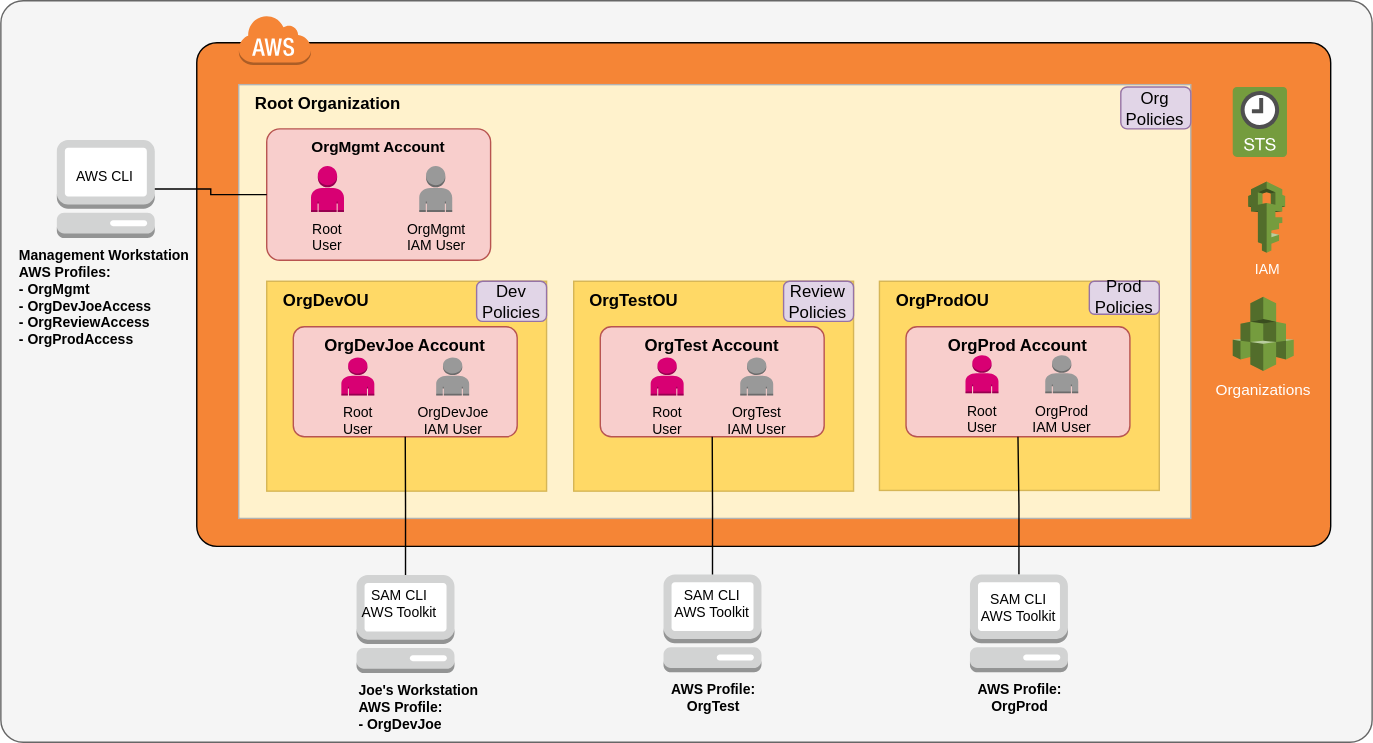
The draw.io diagram docs/assets/img/AwsProdSetup.svg in InSciCo/InSciCo, before a commit. Source tidied: cells renumbered, new cells last; positions are measured from the earlier drawing's top-left corner, leaving out a move shared by most shapes.
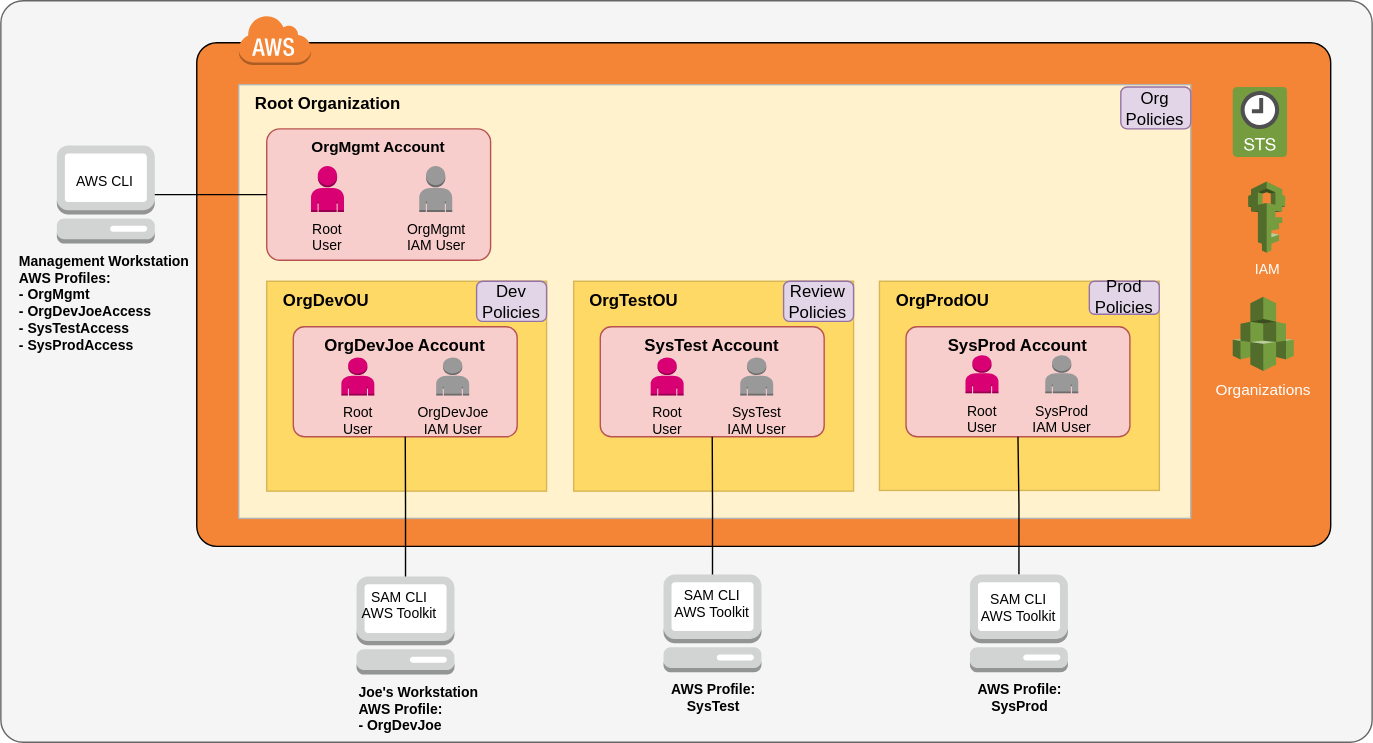
After the change.

Change to the diagram source:
```diff
@@ -77,25 +77,25 @@
     <mxCell id="26" style="group;" parent="19" vertex="1">
       <mxGeometry x="-199.5" y="32.5" width="160" height="78.7" as="geometry" />
     </mxCell>
-    <mxCell id="27" value="OrgTest Account" style="rounded=1;arcSize=10;dashed=0;fillColor=#f8cecc;strokeWidth=1;fontSize=12;strokeColor=#b85450;verticalAlign=top;fontStyle=1;" parent="26" vertex="1">
+    <mxCell id="27" value="SysTest Account" style="rounded=1;arcSize=10;dashed=0;fillColor=#f8cecc;strokeWidth=1;fontSize=12;strokeColor=#b85450;verticalAlign=top;fontStyle=1;" parent="26" vertex="1">
       <mxGeometry width="160" height="78.7" as="geometry" />
     </mxCell>
     <mxCell id="28" value="Root&lt;br&gt;User" style="dashed=0;verticalLabelPosition=bottom;verticalAlign=top;align=center;html=1;shape=mxgraph.aws3.user;labelBackgroundColor=none;strokeWidth=1;fontSize=10;fillColor=#d80073;strokeColor=#A50040;" parent="26" vertex="1">
       <mxGeometry x="36" y="22" width="23.6" height="27.1" as="geometry" />
     </mxCell>
-    <mxCell id="29" value="OrgTest&lt;br&gt;IAM User" style="dashed=0;verticalLabelPosition=bottom;verticalAlign=top;align=center;html=1;shape=mxgraph.aws3.user;gradientColor=none;labelBackgroundColor=none;strokeWidth=1;fontSize=10;fontColor=#000000;fillColor=#999999;" parent="26" vertex="1">
+    <mxCell id="29" value="SysTest&lt;br&gt;IAM User" style="dashed=0;verticalLabelPosition=bottom;verticalAlign=top;align=center;html=1;shape=mxgraph.aws3.user;gradientColor=none;labelBackgroundColor=none;strokeWidth=1;fontSize=10;fontColor=#000000;fillColor=#999999;" parent="26" vertex="1">
       <mxGeometry x="100" y="22" width="23.6" height="27.1" as="geometry" />
     </mxCell>
     <mxCell id="30" style="group;" parent="19" vertex="1">
       <mxGeometry x="19" y="32.5" width="160" height="78.7" as="geometry" />
     </mxCell>
-    <mxCell id="31" value="OrgProd Account" style="rounded=1;arcSize=10;dashed=0;fillColor=#f8cecc;strokeWidth=1;fontSize=12;strokeColor=#b85450;verticalAlign=top;fontStyle=1;" parent="30" vertex="1">
+    <mxCell id="31" value="SysProd Account" style="rounded=1;arcSize=10;dashed=0;fillColor=#f8cecc;strokeWidth=1;fontSize=12;strokeColor=#b85450;verticalAlign=top;fontStyle=1;" parent="30" vertex="1">
       <mxGeometry width="160" height="78.7" as="geometry" />
     </mxCell>
     <mxCell id="32" value="Root&lt;br&gt;User" style="dashed=0;verticalLabelPosition=bottom;verticalAlign=top;align=center;html=1;shape=mxgraph.aws3.user;labelBackgroundColor=none;strokeWidth=1;fontSize=10;fillColor=#d80073;strokeColor=#A50040;" parent="30" vertex="1">
       <mxGeometry x="42.5" y="20.4" width="23.6" height="27.1" as="geometry" />
     </mxCell>
-    <mxCell id="33" value="OrgProd&lt;br&gt;IAM User" style="dashed=0;verticalLabelPosition=bottom;verticalAlign=top;align=center;html=1;shape=mxgraph.aws3.user;gradientColor=none;labelBackgroundColor=none;strokeWidth=1;fontSize=10;fontColor=#000000;fillColor=#999999;" parent="30" vertex="1">
+    <mxCell id="33" value="SysProd&lt;br&gt;IAM User" style="dashed=0;verticalLabelPosition=bottom;verticalAlign=top;align=center;html=1;shape=mxgraph.aws3.user;gradientColor=none;labelBackgroundColor=none;strokeWidth=1;fontSize=10;fontColor=#000000;fillColor=#999999;" parent="30" vertex="1">
       <mxGeometry x="99.5" y="20.4" width="23.6" height="27.1" as="geometry" />
     </mxCell>
     <mxCell id="34" style="edgeStyle=orthogonalEdgeStyle;rounded=0;jettySize=auto;html=1;exitX=0.5;exitY=0;exitDx=0;exitDy=0;exitPerimeter=0;fontSize=10;fontColor=#000000;entryX=0.5;entryY=1;entryDx=0;entryDy=0;endArrow=none;endFill=0;" parent="1" edge="1" source="39" target="31">
@@ -104,7 +104,7 @@
     <mxCell id="35" style="group;" parent="1" vertex="1">
       <mxGeometry x="473.6" y="410" width="70" height="70" as="geometry" />
     </mxCell>
-    <mxCell id="36" value="&lt;b&gt;AWS Profile:&lt;br&gt;OrgTest&lt;br&gt;&lt;/b&gt;" style="outlineConnect=0;dashed=0;verticalLabelPosition=bottom;verticalAlign=top;align=center;html=1;shape=mxgraph.aws3.management_console;fillColor=#D2D3D3;gradientColor=none;strokeWidth=1;fontSize=10;fontColor=#000000;" parent="35" vertex="1">
+    <mxCell id="36" value="&lt;b&gt;AWS Profile:&lt;br&gt;SysTest&lt;br&gt;&lt;/b&gt;" style="outlineConnect=0;dashed=0;verticalLabelPosition=bottom;verticalAlign=top;align=center;html=1;shape=mxgraph.aws3.management_console;fillColor=#D2D3D3;gradientColor=none;strokeWidth=1;fontSize=10;fontColor=#000000;" parent="35" vertex="1">
       <mxGeometry width="70" height="70" as="geometry" />
     </mxCell>
     <mxCell id="37" value="SAM CLI&lt;br&gt;AWS Toolkit" style="text;html=1;strokeColor=none;fillColor=none;align=center;verticalAlign=middle;whiteSpace=wrap;rounded=0;fontSize=10;fontColor=#000000;" parent="35" vertex="1">
@@ -113,16 +113,16 @@
     <mxCell id="38" style="group;" parent="1" vertex="1">
       <mxGeometry x="689.6" y="410" width="73" height="70" as="geometry" />
     </mxCell>
-    <mxCell id="39" value="&lt;b&gt;AWS Profile:&lt;br&gt;OrgProd&lt;br&gt;&lt;/b&gt;" style="outlineConnect=0;dashed=0;verticalLabelPosition=bottom;verticalAlign=top;align=center;html=1;shape=mxgraph.aws3.management_console;fillColor=#D2D3D3;gradientColor=none;strokeWidth=1;fontSize=10;fontColor=#000000;" parent="38" vertex="1">
+    <mxCell id="39" value="&lt;b&gt;AWS Profile:&lt;br&gt;SysProd&lt;br&gt;&lt;/b&gt;" style="outlineConnect=0;dashed=0;verticalLabelPosition=bottom;verticalAlign=top;align=center;html=1;shape=mxgraph.aws3.management_console;fillColor=#D2D3D3;gradientColor=none;strokeWidth=1;fontSize=10;fontColor=#000000;" parent="38" vertex="1">
       <mxGeometry x="3" width="70" height="70" as="geometry" />
     </mxCell>
     <mxCell id="40" value="SAM CLI&lt;br&gt;AWS Toolkit" style="text;html=1;strokeColor=none;fillColor=none;align=center;verticalAlign=middle;whiteSpace=wrap;rounded=0;fontSize=10;fontColor=#000000;" parent="38" vertex="1">
       <mxGeometry x="7.5" y="13.5" width="60.9" height="20" as="geometry" />
     </mxCell>
     <mxCell id="41" style="group;" parent="1" vertex="1">
-      <mxGeometry x="40" y="99.6" width="70" height="70" as="geometry" />
+      <mxGeometry x="40" y="103.6" width="70" height="70" as="geometry" />
     </mxCell>
-    <mxCell id="42" value="&lt;div style=&quot;text-align: left&quot;&gt;&lt;b&gt;Management Workstation&amp;nbsp;&lt;/b&gt;&lt;/div&gt;&lt;div style=&quot;text-align: left&quot;&gt;&lt;b&gt;AWS Profiles:&lt;/b&gt;&lt;/div&gt;&lt;b&gt;&lt;div style=&quot;text-align: left&quot;&gt;&lt;b&gt;- OrgMgmt&lt;/b&gt;&lt;/div&gt;&lt;/b&gt;&lt;div style=&quot;text-align: left&quot;&gt;&lt;b&gt;- OrgDevJoeAccess&lt;/b&gt;&lt;/div&gt;&lt;div style=&quot;text-align: left&quot;&gt;&lt;b&gt;- OrgReviewAccess&lt;/b&gt;&lt;/div&gt;&lt;div style=&quot;text-align: left&quot;&gt;&lt;b&gt;- OrgProdAccess&lt;/b&gt;&lt;/div&gt;" style="outlineConnect=0;dashed=0;verticalLabelPosition=bottom;verticalAlign=top;align=center;html=1;shape=mxgraph.aws3.management_console;fillColor=#D2D3D3;gradientColor=none;strokeWidth=1;fontSize=10;fontColor=#000000;" parent="41" vertex="1">
+    <mxCell id="42" value="&lt;div style=&quot;text-align: left&quot;&gt;&lt;b&gt;Management Workstation&amp;nbsp;&lt;/b&gt;&lt;/div&gt;&lt;div style=&quot;text-align: left&quot;&gt;&lt;b&gt;AWS Profiles:&lt;/b&gt;&lt;/div&gt;&lt;b&gt;&lt;div style=&quot;text-align: left&quot;&gt;&lt;b&gt;- OrgMgmt&lt;/b&gt;&lt;/div&gt;&lt;/b&gt;&lt;div style=&quot;text-align: left&quot;&gt;&lt;b&gt;- OrgDevJoeAccess&lt;/b&gt;&lt;/div&gt;&lt;div style=&quot;text-align: left&quot;&gt;&lt;b&gt;- SysTestAccess&lt;/b&gt;&lt;/div&gt;&lt;div style=&quot;text-align: left&quot;&gt;&lt;b&gt;- SysProdAccess&lt;/b&gt;&lt;/div&gt;" style="outlineConnect=0;dashed=0;verticalLabelPosition=bottom;verticalAlign=top;align=center;html=1;shape=mxgraph.aws3.management_console;fillColor=#D2D3D3;gradientColor=none;strokeWidth=1;fontSize=10;fontColor=#000000;" parent="41" vertex="1">
       <mxGeometry width="70" height="70" as="geometry" />
     </mxCell>
     <mxCell id="43" value="AWS CLI" style="text;html=1;strokeColor=none;fillColor=none;align=center;verticalAlign=middle;whiteSpace=wrap;rounded=0;fontSize=10;fontColor=#000000;" parent="41" vertex="1">
@@ -132,7 +132,7 @@
       <mxGeometry relative="1" as="geometry" />
     </mxCell>
     <mxCell id="45" style="group;" parent="1" vertex="1">
-      <mxGeometry x="254.2" y="410.5" width="70" height="70" as="geometry" />
+      <mxGeometry x="254.2" y="411.5" width="70" height="70" as="geometry" />
     </mxCell>
     <mxCell id="46" value="&lt;b&gt;Joe's Workstation&lt;br&gt;AWS Profile:&lt;br&gt;- OrgDevJoe&lt;br&gt;&lt;/b&gt;" style="outlineConnect=0;dashed=0;verticalLabelPosition=bottom;verticalAlign=top;align=left;html=1;shape=mxgraph.aws3.management_console;fillColor=#D2D3D3;gradientColor=none;strokeWidth=1;fontSize=10;fontColor=#000000;" parent="45" vertex="1">
       <mxGeometry width="70" height="70" as="geometry" />
```
